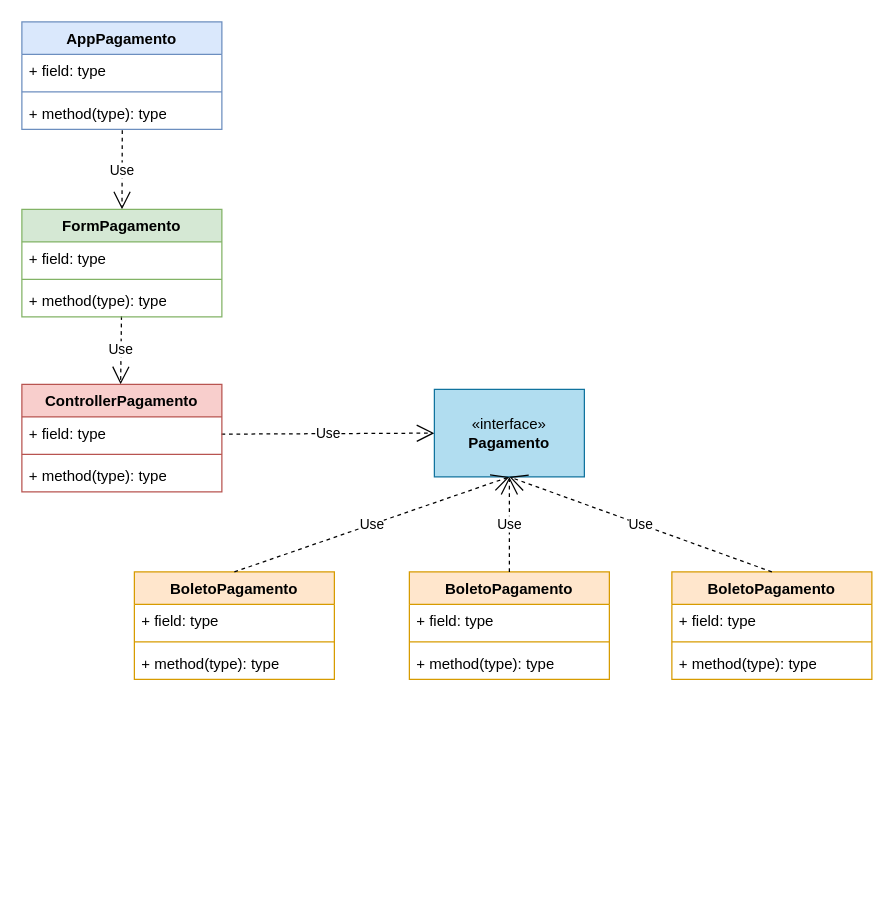
Above: src/main/java/tecdes/pagamento/model/DiagramaPagamento.drawio in caiqueoliveira-ds/solid-pagamento-swing (draw.io), before the change. Source tidied: cells renumbered, new cells numbered last; positions are measured from the earlier drawing's top-left corner, leaving out a move shared by most shapes. Both pictures are drawn from the tidied source at 125%, with x=0, y=0 at pixel (21, 21).
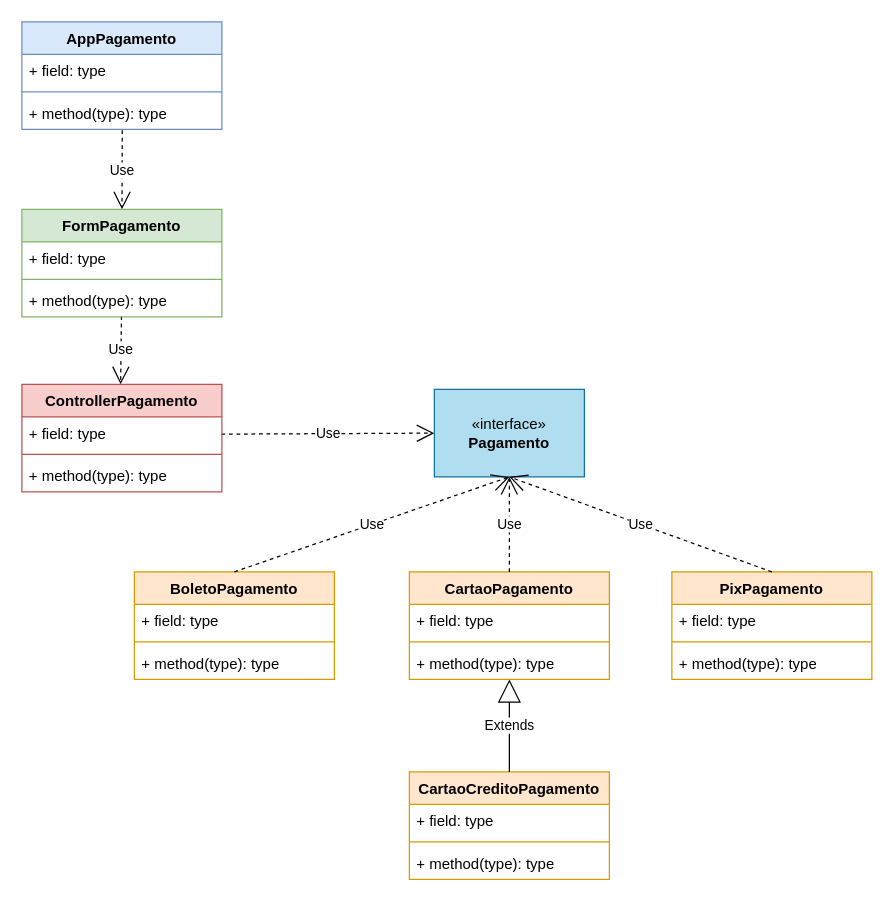
Above is the later version.

Commit message (it also covers changes not shown here):
Adicionando uma extensao de cartao de credito

CartaoCreditoPagamento Extends CartaoPagamento

The edit, as a diff of the source:
```diff
@@
-    <mxCell id="21" value="&lt;span style=&quot;color: rgb(0, 0, 0);&quot;&gt;BoletoPagamento&lt;/span&gt;" style="swimlane;fontStyle=1;align=center;verticalAlign=top;horizontal=1;startSize=26;whiteSpace=wrap;html=1;fillColor=#ffe6cc;strokeColor=#d79b00;" parent="1" vertex="1">
+    <mxCell id="21" value="&lt;span style=&quot;color: rgb(0, 0, 0);&quot;&gt;CartaoPagamento&lt;/span&gt;" style="swimlane;fontStyle=1;align=center;verticalAlign=top;horizontal=1;startSize=26;whiteSpace=wrap;html=1;fillColor=#ffe6cc;strokeColor=#d79b00;" parent="1" vertex="1">
       <mxGeometry x="310" y="440" width="160" height="86" as="geometry" />
     </mxCell>
@@
-    <mxCell id="25" value="&lt;span style=&quot;color: rgb(0, 0, 0);&quot;&gt;BoletoPagamento&lt;/span&gt;" style="swimlane;fontStyle=1;align=center;verticalAlign=top;horizontal=1;startSize=26;whiteSpace=wrap;html=1;fillColor=#ffe6cc;strokeColor=#d79b00;" parent="1" vertex="1">
+    <mxCell id="25" value="&lt;span style=&quot;color: rgb(0, 0, 0);&quot;&gt;PixPagamento&lt;/span&gt;" style="swimlane;fontStyle=1;align=center;verticalAlign=top;horizontal=1;startSize=26;whiteSpace=wrap;html=1;fillColor=#ffe6cc;strokeColor=#d79b00;" parent="1" vertex="1">
       <mxGeometry x="520" y="440" width="160" height="86" as="geometry" />
     </mxCell>
@@
+    <mxCell id="33" value="&lt;span style=&quot;color: rgb(0, 0, 0);&quot;&gt;CartaoCreditoPagamento&lt;/span&gt;" style="swimlane;fontStyle=1;align=center;verticalAlign=top;horizontal=1;startSize=26;whiteSpace=wrap;html=1;fillColor=#ffe6cc;strokeColor=#d79b00;" parent="1" vertex="1">
+      <mxGeometry x="310" y="600" width="160" height="86" as="geometry" />
+    </mxCell>
+    <mxCell id="34" value="+ field: type" style="text;strokeColor=none;fillColor=none;align=left;verticalAlign=top;spacingLeft=4;spacingRight=4;overflow=hidden;whiteSpace=wrap;html=1;" parent="33" vertex="1">
+      <mxGeometry y="26" width="160" height="26" as="geometry" />
+    </mxCell>
+    <mxCell id="35" style="line;strokeWidth=1;fillColor=none;align=left;verticalAlign=middle;spacingTop=-1;spacingLeft=3;spacingRight=3;labelPosition=right;strokeColor=inherit;" parent="33" vertex="1">
+      <mxGeometry y="52" width="160" height="8" as="geometry" />
+    </mxCell>
+    <mxCell id="36" value="+ method(type): type" style="text;strokeColor=none;fillColor=none;align=left;verticalAlign=top;spacingLeft=4;spacingRight=4;overflow=hidden;whiteSpace=wrap;html=1;" parent="33" vertex="1">
+      <mxGeometry y="60" width="160" height="26" as="geometry" />
+    </mxCell>
+    <mxCell id="37" value="Extends" style="endArrow=block;endSize=16;endFill=0;html=1;exitX=0.5;exitY=0;exitDx=0;exitDy=0;entryX=0.5;entryY=1;entryDx=0;entryDy=0;" parent="1" edge="1" source="33" target="21">
+      <mxGeometry relative="1" as="geometry" />
+    </mxCell>
```
